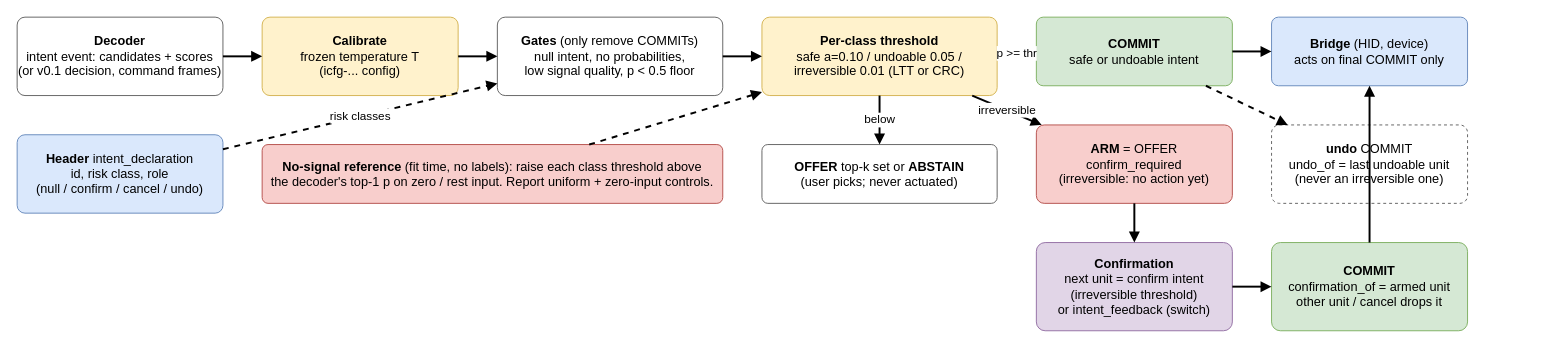
The draw.io diagram wiki/diagrams/15-intent-events.drawio in zhangzibo/fidetype, before the edit. Source tidied: cells renumbered, new cells numbered last; positions are measured from the earlier drawing's top-left corner, leaving out a move shared by most shapes. Both pictures are drawn from the tidied source at 98%, with x=0, y=0 at pixel (17, 17).
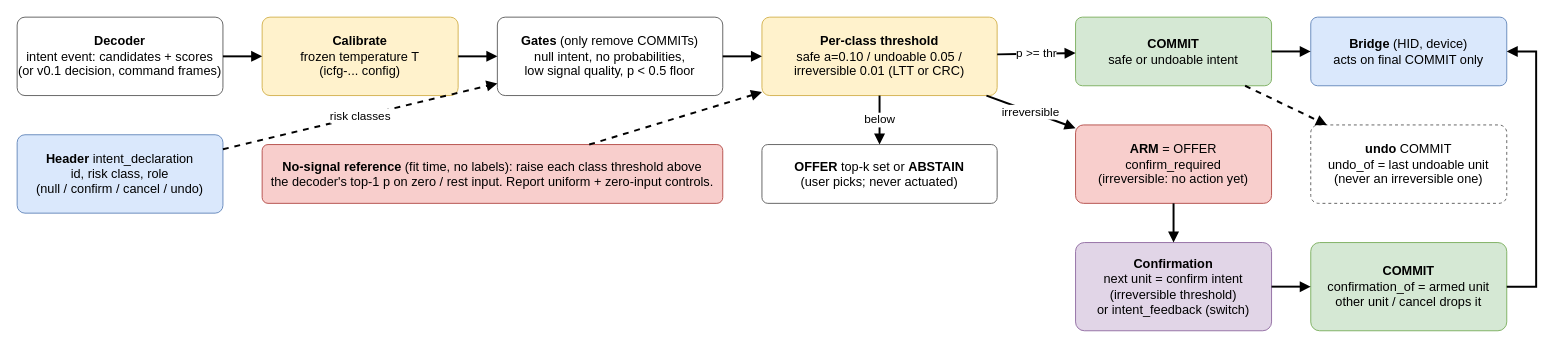
The same diagram, later.

Commit message (it also covers changes not shown here):
P12-06: survey of public intent and control datasets; diagram 15 layout fix

Unchanged cells that the change refers to:
```xml
<mxCell id="3" value="&lt;b&gt;Header&lt;/b&gt; intent_declaration&lt;br&gt;id, risk class, role&lt;br&gt;(null / confirm / cancel / undo)" style="rounded=1;whiteSpace=wrap;html=1;fontSize=13;arcSize=10;fillColor=#dae8fc;strokeColor=#6c8ebf;" parent="1" vertex="1">
  <mxGeometry y="120" width="210" height="80" as="geometry" />
</mxCell>
<mxCell id="5" value="&lt;b&gt;Gates&lt;/b&gt; (only remove COMMITs)&lt;br&gt;null intent, no probabilities,&lt;br&gt;low signal quality, p &amp;lt; 0.5 floor" style="rounded=1;whiteSpace=wrap;html=1;fontSize=13;arcSize=10;fillColor=#ffffff;strokeColor=#666666;" parent="1" vertex="1">
  <mxGeometry x="490" width="230" height="80" as="geometry" />
</mxCell>
<mxCell id="6" value="&lt;b&gt;Per-class threshold&lt;/b&gt;&lt;br&gt;safe a=0.10 / undoable 0.05 /&lt;br&gt;irreversible 0.01 (LTT or CRC)" style="rounded=1;whiteSpace=wrap;html=1;fontSize=13;arcSize=10;fillColor=#fff2cc;strokeColor=#d6b656;" parent="1" vertex="1">
  <mxGeometry x="760" width="240" height="80" as="geometry" />
</mxCell>
<mxCell id="9" value="&lt;b&gt;OFFER&lt;/b&gt; top-k set or &lt;b&gt;ABSTAIN&lt;/b&gt;&lt;br&gt;(user picks; never actuated)" style="rounded=1;whiteSpace=wrap;html=1;fontSize=13;arcSize=10;fillColor=#ffffff;strokeColor=#666666;" parent="1" vertex="1">
  <mxGeometry x="760" y="130" width="240" height="60" as="geometry" />
</mxCell>
```

Change to the diagram source:
```diff
@@
     <mxCell id="7" value="&lt;b&gt;COMMIT&lt;/b&gt;&lt;br&gt;safe or undoable intent" style="rounded=1;whiteSpace=wrap;html=1;fontSize=13;arcSize=10;fillColor=#d5e8d4;strokeColor=#82b366;" parent="1" vertex="1">
-      <mxGeometry x="1040" width="200" height="70" as="geometry" />
+      <mxGeometry x="1080" width="200" height="70" as="geometry" />
     </mxCell>
     <mxCell id="8" value="&lt;b&gt;ARM&lt;/b&gt; = OFFER&lt;br&gt;confirm_required&lt;br&gt;(irreversible: no action yet)" style="rounded=1;whiteSpace=wrap;html=1;fontSize=13;arcSize=10;fillColor=#f8cecc;strokeColor=#b85450;" parent="1" vertex="1">
-      <mxGeometry x="1040" y="110" width="200" height="80" as="geometry" />
+      <mxGeometry x="1080" y="110" width="200" height="80" as="geometry" />
     </mxCell>
@@
     <mxCell id="10" value="&lt;b&gt;Confirmation&lt;/b&gt;&lt;br&gt;next unit = confirm intent&lt;br&gt;(irreversible threshold)&lt;br&gt;or intent_feedback (switch)" style="rounded=1;whiteSpace=wrap;html=1;fontSize=13;arcSize=10;fillColor=#e1d5e7;strokeColor=#9673a6;" parent="1" vertex="1">
-      <mxGeometry x="1040" y="230" width="200" height="90" as="geometry" />
+      <mxGeometry x="1080" y="230" width="200" height="90" as="geometry" />
     </mxCell>
     <mxCell id="11" value="&lt;b&gt;COMMIT&lt;/b&gt;&lt;br&gt;confirmation_of = armed unit&lt;br&gt;other unit / cancel drops it" style="rounded=1;whiteSpace=wrap;html=1;fontSize=13;arcSize=10;fillColor=#d5e8d4;strokeColor=#82b366;" parent="1" vertex="1">
-      <mxGeometry x="1280" y="230" width="200" height="90" as="geometry" />
+      <mxGeometry x="1320" y="230" width="200" height="90" as="geometry" />
     </mxCell>
     <mxCell id="12" value="&lt;b&gt;Bridge&lt;/b&gt; (HID, device)&lt;br&gt;acts on final COMMIT only" style="rounded=1;whiteSpace=wrap;html=1;fontSize=13;arcSize=10;fillColor=#dae8fc;strokeColor=#6c8ebf;" parent="1" vertex="1">
-      <mxGeometry x="1280" width="200" height="70" as="geometry" />
+      <mxGeometry x="1320" width="200" height="70" as="geometry" />
     </mxCell>
     <mxCell id="13" value="&lt;b&gt;undo&lt;/b&gt; COMMIT&lt;br&gt;undo_of = last undoable unit&lt;br&gt;(never an irreversible one)" style="rounded=1;whiteSpace=wrap;html=1;fontSize=13;arcSize=10;fillColor=#ffffff;strokeColor=#666666;dashed=1;" parent="1" vertex="1">
-      <mxGeometry x="1280" y="110" width="200" height="80" as="geometry" />
+      <mxGeometry x="1320" y="110" width="200" height="80" as="geometry" />
     </mxCell>
@@
-    <mxCell id="16" value="risk classes" style="endArrow=block;html=1;rounded=0;strokeWidth=2;fontSize=12;dashed=1;" parent="1" edge="1" source="3" target="5">
+    <mxCell id="16" value="risk classes" style="labelBackgroundColor=#ffffff;endArrow=block;html=1;rounded=0;strokeWidth=2;fontSize=12;dashed=1;" parent="1" edge="1" source="3" target="5">
       <mxGeometry relative="1" as="geometry" />
     </mxCell>
@@
-    <mxCell id="19" value="p &amp;gt;= thr" style="endArrow=block;html=1;rounded=0;strokeWidth=2;fontSize=12;" parent="1" edge="1" source="6" target="7">
+    <mxCell id="19" value="p &amp;gt;= thr" style="labelBackgroundColor=#ffffff;endArrow=block;html=1;rounded=0;strokeWidth=2;fontSize=12;" parent="1" edge="1" source="6" target="7">
       <mxGeometry relative="1" as="geometry" />
     </mxCell>
-    <mxCell id="20" value="irreversible" style="endArrow=block;html=1;rounded=0;strokeWidth=2;fontSize=12;" parent="1" edge="1" source="6" target="8">
+    <mxCell id="20" value="irreversible" style="labelBackgroundColor=#ffffff;endArrow=block;html=1;rounded=0;strokeWidth=2;fontSize=12;" parent="1" edge="1" source="6" target="8">
       <mxGeometry relative="1" as="geometry" />
     </mxCell>
-    <mxCell id="21" value="below" style="endArrow=block;html=1;rounded=0;strokeWidth=2;fontSize=12;" parent="1" edge="1" source="6" target="9">
+    <mxCell id="21" value="below" style="labelBackgroundColor=#ffffff;endArrow=block;html=1;rounded=0;strokeWidth=2;fontSize=12;" parent="1" edge="1" source="6" target="9">
       <mxGeometry relative="1" as="geometry" />
     </mxCell>
@@
-    <mxCell id="25" style="endArrow=block;html=1;rounded=0;strokeWidth=2;fontSize=12;" parent="1" edge="1" source="11" target="12">
-      <mxGeometry relative="1" as="geometry" />
+    <mxCell id="25" style="edgeStyle=orthogonalEdgeStyle;exitX=1;exitY=0.5;exitDx=0;exitDy=0;entryX=1;entryY=0.5;entryDx=0;entryDy=0;endArrow=block;html=1;rounded=0;strokeWidth=2;fontSize=12;" parent="1" edge="1" source="11" target="12">
+      <mxGeometry relative="1" as="geometry">
+        <Array as="points">
+          <mxPoint x="1550" y="275" />
+          <mxPoint x="1550" y="35" />
+        </Array>
+      </mxGeometry>
     </mxCell>
```
